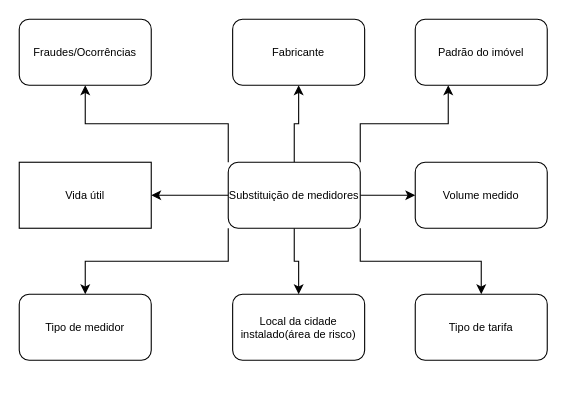
Above: page "Variaveis" (2 of 3) of Problemas Mestrado/Processos/variaveis substituição medidor.drawio in Mirko-Morais/Mestrado (draw.io), before the change. Source tidied: cells renumbered, new cells numbered last; positions are measured from the earlier drawing's top-left corner, leaving out a move shared by most shapes. Both pictures are drawn from the tidied source at 110%, with x=0, y=0 at pixel (19, 19).
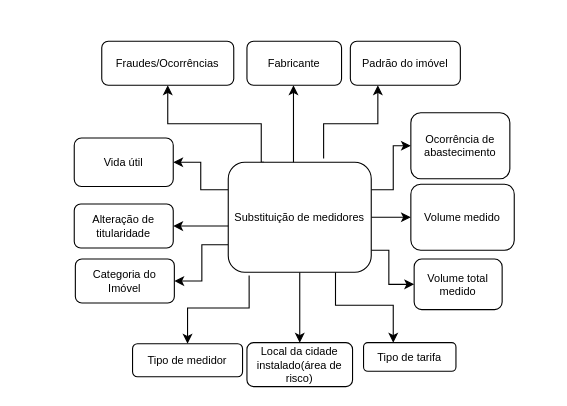
After the change.

Diff of the diagram source:
```diff
@@
-    <mxCell id="3" style="edgeStyle=orthogonalEdgeStyle;rounded=0;jettySize=auto;html=1;exitX=1;exitY=0;exitDx=0;exitDy=0;entryX=0.25;entryY=1;entryDx=0;entryDy=0;fontSize=10;" parent="1" edge="1" source="10" target="16">
+    <mxCell id="3" style="edgeStyle=orthogonalEdgeStyle;rounded=0;jettySize=auto;html=1;exitX=0.667;exitY=-0.033;exitDx=0;exitDy=0;entryX=0.25;entryY=1;entryDx=0;entryDy=0;fontSize=10;exitPerimeter=0;" parent="1" edge="1" source="10" target="16">
       <mxGeometry relative="1" as="geometry" />
     </mxCell>
-    <mxCell id="4" style="edgeStyle=orthogonalEdgeStyle;rounded=0;jettySize=auto;html=1;exitX=0.5;exitY=0;exitDx=0;exitDy=0;fontSize=10;" parent="1" edge="1" source="10" target="11">
-      <mxGeometry relative="1" as="geometry" />
+    <mxCell id="4" style="edgeStyle=orthogonalEdgeStyle;rounded=0;jettySize=auto;html=1;exitX=0.456;exitY=0.017;exitDx=0;exitDy=0;fontSize=10;exitPerimeter=0;" parent="1" edge="1" source="10" target="11">
+      <mxGeometry relative="1" as="geometry">
+        <Array as="points">
+          <mxPoint x="249" y="130" />
+          <mxPoint x="250" y="130" />
+        </Array>
+      </mxGeometry>
     </mxCell>
-    <mxCell id="5" style="edgeStyle=orthogonalEdgeStyle;rounded=0;jettySize=auto;html=1;exitX=0;exitY=0;exitDx=0;exitDy=0;fontSize=10;" parent="1" edge="1" source="10" target="17">
-      <mxGeometry relative="1" as="geometry" />
+    <mxCell id="5" style="edgeStyle=orthogonalEdgeStyle;rounded=0;jettySize=auto;html=1;exitX=0.25;exitY=0;exitDx=0;exitDy=0;fontSize=10;" parent="1" edge="1" source="10" target="17">
+      <mxGeometry relative="1" as="geometry">
+        <Array as="points">
+          <mxPoint x="220" y="95" />
+          <mxPoint x="135" y="95" />
+        </Array>
+      </mxGeometry>
     </mxCell>
-    <mxCell id="6" style="edgeStyle=orthogonalEdgeStyle;rounded=0;jettySize=auto;html=1;exitX=0;exitY=0.5;exitDx=0;exitDy=0;fontSize=10;" parent="1" edge="1" source="10" target="12">
+    <mxCell id="6" style="edgeStyle=orthogonalEdgeStyle;rounded=0;jettySize=auto;html=1;exitX=0;exitY=0.25;exitDx=0;exitDy=0;fontSize=10;entryX=1;entryY=0.5;entryDx=0;entryDy=0;" parent="1" edge="1" source="10" target="12">
       <mxGeometry relative="1" as="geometry" />
     </mxCell>
-    <mxCell id="7" style="edgeStyle=orthogonalEdgeStyle;rounded=0;jettySize=auto;html=1;exitX=0;exitY=1;exitDx=0;exitDy=0;fontSize=10;" parent="1" edge="1" source="10" target="14">
+    <mxCell id="7" style="edgeStyle=orthogonalEdgeStyle;rounded=0;jettySize=auto;html=1;exitX=0.146;exitY=1.03;exitDx=0;exitDy=0;fontSize=10;exitPerimeter=0;" parent="1" edge="1" source="10" target="14">
       <mxGeometry relative="1" as="geometry" />
     </mxCell>
@@
-    <mxCell id="9" style="edgeStyle=orthogonalEdgeStyle;rounded=0;jettySize=auto;html=1;exitX=1;exitY=1;exitDx=0;exitDy=0;fontSize=10;" parent="1" edge="1" source="10" target="18">
-      <mxGeometry relative="1" as="geometry" />
+    <mxCell id="9" style="edgeStyle=orthogonalEdgeStyle;rounded=0;jettySize=auto;html=1;fontSize=10;exitX=0.75;exitY=1;exitDx=0;exitDy=0;" parent="1" edge="1" source="10" target="18">
+      <mxGeometry relative="1" as="geometry">
+        <Array as="points">
+          <mxPoint x="288" y="260" />
+          <mxPoint x="340" y="260" />
+        </Array>
+      </mxGeometry>
     </mxCell>
+    <mxCell id="19" style="edgeStyle=orthogonalEdgeStyle;rounded=0;jettySize=auto;html=1;entryX=0;entryY=0.5;entryDx=0;entryDy=0;exitX=1;exitY=0.25;exitDx=0;exitDy=0;" parent="1" edge="1" source="10" target="25">
+      <mxGeometry relative="1" as="geometry" />
+    </mxCell>
+    <mxCell id="20" style="edgeStyle=orthogonalEdgeStyle;rounded=0;jettySize=auto;html=1;exitX=0.008;exitY=0.58;exitDx=0;exitDy=0;entryX=1;entryY=0.5;entryDx=0;entryDy=0;exitPerimeter=0;" parent="1" edge="1" source="10" target="24">
+      <mxGeometry relative="1" as="geometry" />
+    </mxCell>
+    <mxCell id="21" style="edgeStyle=orthogonalEdgeStyle;rounded=0;jettySize=auto;html=1;exitX=0;exitY=0.75;exitDx=0;exitDy=0;entryX=1;entryY=0.5;entryDx=0;entryDy=0;" parent="1" edge="1" source="10" target="23">
+      <mxGeometry relative="1" as="geometry">
+        <Array as="points">
+          <mxPoint x="166" y="205" />
+          <mxPoint x="166" y="238" />
+        </Array>
+      </mxGeometry>
+    </mxCell>
+    <mxCell id="22" style="edgeStyle=orthogonalEdgeStyle;rounded=0;jettySize=auto;html=1;entryX=0;entryY=0.5;entryDx=0;entryDy=0;" parent="1" edge="1" source="10" target="26">
+      <mxGeometry relative="1" as="geometry">
+        <Array as="points">
+          <mxPoint x="336" y="210" />
+          <mxPoint x="336" y="241" />
+        </Array>
+      </mxGeometry>
+    </mxCell>
     <mxCell id="10" value="Substituição de medidores" style="rounded=1;whiteSpace=wrap;html=1;fontSize=10;" parent="1" vertex="1">
-      <mxGeometry x="190" y="130" width="120" height="60" as="geometry" />
+      <mxGeometry x="190" y="130" width="130" height="100" as="geometry" />
     </mxCell>
     <mxCell id="11" value="Fabricante" style="rounded=1;whiteSpace=wrap;html=1;fontSize=10;" parent="1" vertex="1">
-      <mxGeometry x="194" width="120" height="60" as="geometry" />
+      <mxGeometry x="207" y="20" width="86" height="40" as="geometry" />
     </mxCell>
-    <mxCell id="12" value="Vida útil" style="rounded=0;whiteSpace=wrap;html=1;fontSize=10;" parent="1" vertex="1">
-      <mxGeometry y="130" width="120" height="60" as="geometry" />
-    </mxCell>
     <mxCell id="13" value="Volume medido" style="rounded=1;whiteSpace=wrap;html=1;fontSize=10;" parent="1" vertex="1">
-      <mxGeometry x="360" y="130" width="120" height="60" as="geometry" />
+      <mxGeometry x="356" y="150" width="94" height="60" as="geometry" />
     </mxCell>
     <mxCell id="14" value="Tipo de medidor" style="rounded=1;whiteSpace=wrap;html=1;fontSize=10;" parent="1" vertex="1">
-      <mxGeometry y="250" width="120" height="60" as="geometry" />
+      <mxGeometry x="103" y="295" width="100" height="30" as="geometry" />
     </mxCell>
     <mxCell id="15" value="Local da cidade instalado(área de risco)" style="rounded=1;whiteSpace=wrap;html=1;fontSize=10;" parent="1" vertex="1">
-      <mxGeometry x="194" y="250" width="120" height="60" as="geometry" />
+      <mxGeometry x="207" y="294" width="96" height="40" as="geometry" />
     </mxCell>
     <mxCell id="16" value="Padrão do imóvel" style="rounded=1;whiteSpace=wrap;html=1;fontSize=10;" parent="1" vertex="1">
-      <mxGeometry x="360" width="120" height="60" as="geometry" />
+      <mxGeometry x="301" y="20" width="100" height="40" as="geometry" />
     </mxCell>
     <mxCell id="17" value="Fraudes/Ocorrências" style="rounded=1;whiteSpace=wrap;html=1;fontSize=10;" parent="1" vertex="1">
-      <mxGeometry width="120" height="60" as="geometry" />
+      <mxGeometry x="75" y="20" width="120" height="40" as="geometry" />
     </mxCell>
     <mxCell id="18" value="Tipo de tarifa" style="rounded=1;whiteSpace=wrap;html=1;fontSize=10;" parent="1" vertex="1">
-      <mxGeometry x="360" y="250" width="120" height="60" as="geometry" />
+      <mxGeometry x="313" y="294" width="84" height="26" as="geometry" />
     </mxCell>
+    <mxCell id="23" value="Categoria do Imóvel" style="rounded=1;whiteSpace=wrap;html=1;fontSize=10;" parent="1" vertex="1">
+      <mxGeometry x="51" y="218" width="90" height="40" as="geometry" />
+    </mxCell>
+    <mxCell id="24" value="Alteração de titularidade" style="rounded=1;whiteSpace=wrap;html=1;fontSize=10;" parent="1" vertex="1">
+      <mxGeometry x="50" y="168" width="90" height="40" as="geometry" />
+    </mxCell>
+    <mxCell id="25" value="Ocorrência de abastecimento" style="rounded=1;whiteSpace=wrap;html=1;fontSize=10;" parent="1" vertex="1">
+      <mxGeometry x="356" y="85" width="90" height="60" as="geometry" />
+    </mxCell>
+    <mxCell id="26" value="Volume total medido" style="rounded=1;whiteSpace=wrap;html=1;fontSize=10;" parent="1" vertex="1">
+      <mxGeometry x="359" y="218" width="80" height="46" as="geometry" />
+    </mxCell>
+    <mxCell id="12" value="Vida útil" style="rounded=1;whiteSpace=wrap;html=1;fontSize=10;" parent="1" vertex="1">
+      <mxGeometry x="50" y="108" width="90" height="44" as="geometry" />
+    </mxCell>
```
